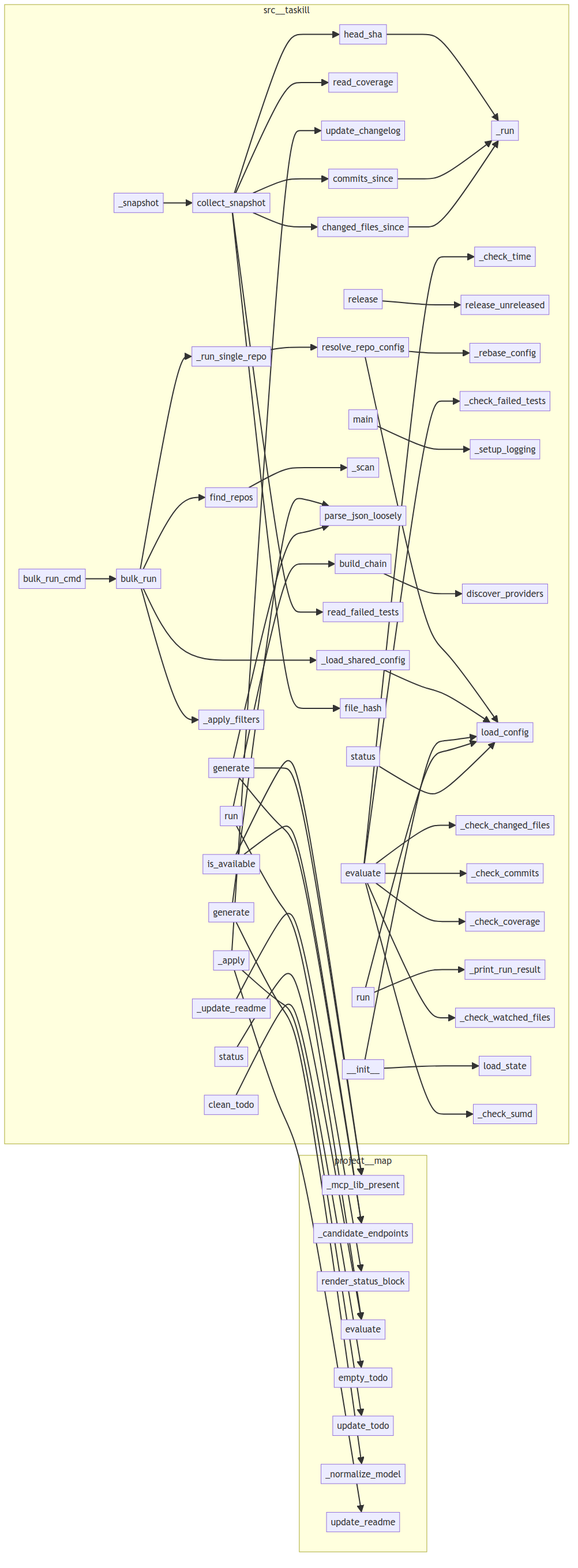
This is project/calls.png from semcod/taskill, a Mermaid export, as it was before one commit. Its source is kept beside it as project/calls.mmd.
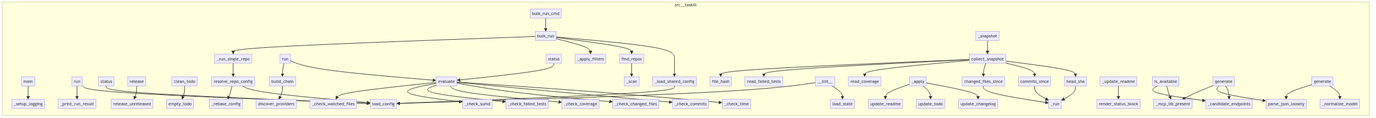
The same diagram one commit later.

What changed in the source:
```diff
@@ -1,64 +1,68 @@
 flowchart LR
-    subgraph project__map
-        project__map__toon___mcp_lib_present["_mcp_lib_present"]
-        project__map__toon___candidate_endpoints["_candidate_endpoints"]
-        project__map__toon__render_status_block["render_status_block"]
-        project__map__toon__evaluate["evaluate"]
-        project__map__toon__empty_todo["empty_todo"]
-        project__map__toon__update_todo["update_todo"]
-        project__map__toon___normalize_model["_normalize_model"]
-        project__map__toon__update_readme["update_readme"]
+    subgraph src__taskill
+        src__taskill__triggers___check_coverage["_check_coverage"]
+        src__taskill__cli__bulk_run_cmd["bulk_run_cmd"]
+        src__taskill__updaters__readme__render_status_block["render_status_block"]
+        src__taskill__triggers___check_failed_tests["_check_failed_tests"]
+        src__taskill__bulk__find_repos["find_repos"]
+        src__taskill__git_state__file_hash["file_hash"]
+        src__taskill__updaters__changelog__release_unreleased["release_unreleased"]
+        src__taskill__core__Taskill___snapshot["_snapshot"]
+        src__taskill__providers__base__parse_json_loosely["parse_json_loosely"]
+        src__taskill__cli__run["run"]
+        src__taskill__config__load_config["load_config"]
+        src__taskill__git_state__read_coverage["read_coverage"]
+        src__taskill__bulk___apply_filters["_apply_filters"]
+        src__taskill__updaters__readme__ReadmeUpdater___update_readme["_update_readme"]
+        src__taskill__git_state__commits_since["commits_since"]
+        src__taskill__providers__windsurf_mcp__WindsurfMcpProvider__generate["generate"]
+        src__taskill__bulk___rebase_config["_rebase_config"]
+        src__taskill__git_state__changed_files_since["changed_files_since"]
+        src__taskill__core__Taskill__run["run"]
+        src__taskill__updaters__readme__update_readme["update_readme"]
+        src__taskill__triggers___check_sumd["_check_sumd"]
+        src__taskill__core__Taskill____init__["__init__"]
+        src__taskill__state__load_state["load_state"]
+        src__taskill__providers__discover_providers["discover_providers"]
+        src__taskill__bulk__resolve_repo_config["resolve_repo_config"]
+        src__taskill__triggers___check_commits["_check_commits"]
+        src__taskill__bulk___run_single_repo["_run_single_repo"]
+        src__taskill__providers__windsurf_mcp___candidate_endpoints["_candidate_endpoints"]
+        src__taskill__providers__build_chain["build_chain"]
+        src__taskill__triggers___check_time["_check_time"]
+        src__taskill__updaters__todo__update_todo["update_todo"]
+        src__taskill__git_state__head_sha["head_sha"]
+        src__taskill__cli__main["main"]
+        src__taskill__core__Taskill__status["status"]
+        src__taskill__bulk___scan["_scan"]
+        src__taskill__providers__windsurf_mcp___mcp_lib_present["_mcp_lib_present"]
+        src__taskill__git_state___run["_run"]
+        src__taskill__updaters__changelog__update_changelog["update_changelog"]
+        src__taskill__triggers___check_changed_files["_check_changed_files"]
+        src__taskill__triggers__evaluate["evaluate"]
+        src__taskill__triggers___check_watched_files["_check_watched_files"]
+        src__taskill__cli__release["release"]
+        src__taskill__cli___print_run_result["_print_run_result"]
+        src__taskill__bulk___load_shared_config["_load_shared_config"]
+        src__taskill__updaters__todo__empty_todo["empty_todo"]
+        src__taskill__providers__openrouter__OpenRouterProvider__generate["generate"]
+        src__taskill__core__Taskill___apply["_apply"]
+        src__taskill__git_state__read_failed_tests["read_failed_tests"]
+        src__taskill__providers__windsurf_mcp__WindsurfMcpProvider__is_available["is_available"]
+        src__taskill__cli__status["status"]
+        src__taskill__bulk__bulk_run["bulk_run"]
+        src__taskill__git_state__collect_snapshot["collect_snapshot"]
+        src__taskill__cli___setup_logging["_setup_logging"]
+        src__taskill__cli__clean_todo["clean_todo"]
+        src__taskill__providers__openrouter___normalize_model["_normalize_model"]
     end
-    subgraph src__taskill
-        src__taskill__git_state___run["_run"]
-        src__taskill__cli__release["release"]
-        src__taskill__triggers___check_time["_check_time"]
-        src__taskill__core__Taskill___snapshot["_snapshot"]
-        src__taskill__providers__openrouter__OpenRouterProvider__generate["generate"]
-        src__taskill__providers__windsurf_mcp__WindsurfMcpProvider__is_available["is_available"]
-        src__taskill__updaters__changelog__release_unreleased["release_unreleased"]
-        src__taskill__bulk___rebase_config["_rebase_config"]
-        src__taskill__bulk__bulk_run["bulk_run"]
-        src__taskill__git_state__read_coverage["read_coverage"]
-        src__taskill__core__Taskill__run["run"]
-        src__taskill__triggers___check_failed_tests["_check_failed_tests"]
-        src__taskill__updaters__readme__ReadmeUpdater___update_readme["_update_readme"]
-        src__taskill__cli___setup_logging["_setup_logging"]
-        src__taskill__bulk___apply_filters["_apply_filters"]
-        src__taskill__git_state__collect_snapshot["collect_snapshot"]
-        src__taskill__providers__discover_providers["discover_providers"]
-        src__taskill__updaters__changelog__update_changelog["update_changelog"]
-        src__taskill__git_state__head_sha["head_sha"]
-        src__taskill__cli__status["status"]
-        src__taskill__config__load_config["load_config"]
-        src__taskill__bulk__resolve_repo_config["resolve_repo_config"]
-        src__taskill__triggers___check_changed_files["_check_changed_files"]
-        src__taskill__providers__build_chain["build_chain"]
-        src__taskill__bulk___run_single_repo["_run_single_repo"]
-        src__taskill__core__Taskill____init__["__init__"]
-        src__taskill__triggers___check_commits["_check_commits"]
-        src__taskill__bulk___scan["_scan"]
-        src__taskill__providers__base__parse_json_loosely["parse_json_loosely"]
-        src__taskill__triggers___check_coverage["_check_coverage"]
-        src__taskill__cli__main["main"]
-        src__taskill__git_state__read_failed_tests["read_failed_tests"]
-        src__taskill__cli___print_run_result["_print_run_result"]
-        src__taskill__triggers___check_watched_files["_check_watched_files"]
-        src__taskill__cli__run["run"]
-        src__taskill__git_state__file_hash["file_hash"]
-        src__taskill__bulk__find_repos["find_repos"]
-        src__taskill__git_state__commits_since["commits_since"]
-        src__taskill__triggers__evaluate["evaluate"]
-        src__taskill__providers__windsurf_mcp__WindsurfMcpProvider__generate["generate"]
-        src__taskill__state__load_state["load_state"]
-        src__taskill__bulk___load_shared_config["_load_shared_config"]
-        src__taskill__cli__bulk_run_cmd["bulk_run_cmd"]
-        src__taskill__core__Taskill___apply["_apply"]
-        src__taskill__triggers___check_sumd["_check_sumd"]
-        src__taskill__core__Taskill__status["status"]
-        src__taskill__git_state__changed_files_since["changed_files_since"]
-        src__taskill__cli__clean_todo["clean_todo"]
-    end
+    src__taskill__cli__main --> src__taskill__cli___setup_logging
+    src__taskill__cli__run --> src__taskill__config__load_config
+    src__taskill__cli__run --> src__taskill__cli___print_run_result
+    src__taskill__cli__status --> src__taskill__config__load_config
+    src__taskill__cli__release --> src__taskill__updaters__changelog__release_unreleased
+    src__taskill__cli__bulk_run_cmd --> src__taskill__bulk__bulk_run
+    src__taskill__cli__clean_todo --> src__taskill__updaters__todo__empty_todo
     src__taskill__git_state__head_sha --> src__taskill__git_state___run
     src__taskill__git_state__commits_since --> src__taskill__git_state___run
     src__taskill__git_state__changed_files_since --> src__taskill__git_state___run
@@ -68,6 +72,22 @@
     src__taskill__git_state__collect_snapshot --> src__taskill__git_state__read_coverage
     src__taskill__git_state__collect_snapshot --> src__taskill__git_state__read_failed_tests
     src__taskill__git_state__collect_snapshot --> src__taskill__git_state__file_hash
+    src__taskill__triggers__evaluate --> src__taskill__triggers___check_time
+    src__taskill__triggers__evaluate --> src__taskill__triggers___check_commits
+    src__taskill__triggers__evaluate --> src__taskill__triggers___check_changed_files
+    src__taskill__triggers__evaluate --> src__taskill__triggers___check_coverage
+    src__taskill__triggers__evaluate --> src__taskill__triggers___check_failed_tests
+    src__taskill__triggers__evaluate --> src__taskill__triggers___check_sumd
+    src__taskill__triggers__evaluate --> src__taskill__triggers___check_watched_files
+    src__taskill__core__Taskill____init__ --> src__taskill__state__load_state
+    src__taskill__core__Taskill____init__ --> src__taskill__config__load_config
+    src__taskill__core__Taskill__run --> src__taskill__triggers__evaluate
+    src__taskill__core__Taskill__run --> src__taskill__providers__build_chain
+    src__taskill__core__Taskill__status --> src__taskill__triggers__evaluate
+    src__taskill__core__Taskill___snapshot --> src__taskill__git_state__collect_snapshot
+    src__taskill__core__Taskill___apply --> src__taskill__updaters__changelog__update_changelog
+    src__taskill__core__Taskill___apply --> src__taskill__updaters__todo__update_todo
+    src__taskill__core__Taskill___apply --> src__taskill__updaters__readme__update_readme
     src__taskill__bulk__find_repos --> src__taskill__bulk___scan
     src__taskill__bulk__resolve_repo_config --> src__taskill__config__load_config
     src__taskill__bulk__resolve_repo_config --> src__taskill__bulk___rebase_config
@@ -77,35 +97,12 @@
     src__taskill__bulk__bulk_run --> src__taskill__bulk__find_repos
     src__taskill__bulk__bulk_run --> src__taskill__bulk___apply_filters
     src__taskill__bulk__bulk_run --> src__taskill__bulk___run_single_repo
+    src__taskill__updaters__readme__ReadmeUpdater___update_readme --> src__taskill__updaters__readme__render_status_block
+    src__taskill__providers__windsurf_mcp__WindsurfMcpProvider__is_available --> src__taskill__providers__windsurf_mcp___mcp_lib_present
+    src__taskill__providers__windsurf_mcp__WindsurfMcpProvider__is_available --> src__taskill__providers__windsurf_mcp___candidate_endpoints
+    src__taskill__providers__windsurf_mcp__WindsurfMcpProvider__generate --> src__taskill__providers__windsurf_mcp___candidate_endpoints
+    src__taskill__providers__windsurf_mcp__WindsurfMcpProvider__generate --> src__taskill__providers__base__parse_json_loosely
+    src__taskill__providers__windsurf_mcp__WindsurfMcpProvider__generate --> src__taskill__providers__windsurf_mcp___mcp_lib_present
+    src__taskill__providers__openrouter__OpenRouterProvider__generate --> src__taskill__providers__openrouter___normalize_model
+    src__taskill__providers__openrouter__OpenRouterProvider__generate --> src__taskill__providers__base__parse_json_loosely
     src__taskill__providers__build_chain --> src__taskill__providers__discover_providers
-    src__taskill__triggers__evaluate --> src__taskill__triggers___check_time
-    src__taskill__triggers__evaluate --> src__taskill__triggers___check_commits
-    src__taskill__triggers__evaluate --> src__taskill__triggers___check_changed_files
-    src__taskill__triggers__evaluate --> src__taskill__triggers___check_coverage
-    src__taskill__triggers__evaluate --> src__taskill__triggers___check_failed_tests
-    src__taskill__triggers__evaluate --> src__taskill__triggers___check_sumd
-    src__taskill__triggers__evaluate --> src__taskill__triggers___check_watched_files
-    src__taskill__providers__openrouter__OpenRouterProvider__generate --> project__map__toon___normalize_model
-    src__taskill__providers__openrouter__OpenRouterProvider__generate --> src__taskill__providers__base__parse_json_loosely
-    src__taskill__core__Taskill____init__ --> src__taskill__state__load_state
-    src__taskill__core__Taskill____init__ --> src__taskill__config__load_config
-    src__taskill__core__Taskill__run --> project__map__toon__evaluate
-    src__taskill__core__Taskill__run --> src__taskill__providers__build_chain
-    src__taskill__core__Taskill__status --> project__map__toon__evaluate
-    src__taskill__core__Taskill___snapshot --> src__taskill__git_state__collect_snapshot
-    src__taskill__core__Taskill___apply --> src__taskill__updaters__changelog__update_changelog
-    src__taskill__core__Taskill___apply --> project__map__toon__update_todo
-    src__taskill__core__Taskill___apply --> project__map__toon__update_readme
-    src__taskill__providers__windsurf_mcp__WindsurfMcpProvider__is_available --> project__map__toon___mcp_lib_present
-    src__taskill__providers__windsurf_mcp__WindsurfMcpProvider__is_available --> project__map__toon___candidate_endpoints
-    src__taskill__providers__windsurf_mcp__WindsurfMcpProvider__generate --> project__map__toon___candidate_endpoints
-    src__taskill__providers__windsurf_mcp__WindsurfMcpProvider__generate --> src__taskill__providers__base__parse_json_loosely
-    src__taskill__providers__windsurf_mcp__WindsurfMcpProvider__generate --> project__map__toon___mcp_lib_present
-    src__taskill__updaters__readme__ReadmeUpdater___update_readme --> project__map__toon__render_status_block
-    src__taskill__cli__main --> src__taskill__cli___setup_logging
-    src__taskill__cli__run --> src__taskill__config__load_config
-    src__taskill__cli__run --> src__taskill__cli___print_run_result
-    src__taskill__cli__status --> src__taskill__config__load_config
-    src__taskill__cli__release --> src__taskill__updaters__changelog__release_unreleased
-    src__taskill__cli__bulk_run_cmd --> src__taskill__bulk__bulk_run
-    src__taskill__cli__clean_todo --> project__map__toon__empty_todo
```
